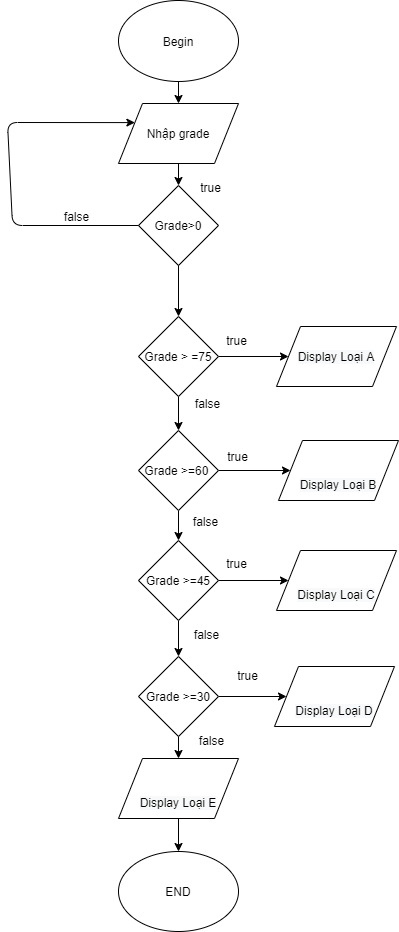
This is module1/B3_MoTaThuatToanBangPseudo_Code&Flow_Chart/Bai_tap/B5_baitoanphanloai.png from phatthanh113/A0720i1-DoThanhPhat, a draw.io export, as it was before one commit. Source tidied: cells renumbered, new cells last; positions are measured from the earlier drawing's top-left corner, leaving out a move shared by most shapes.
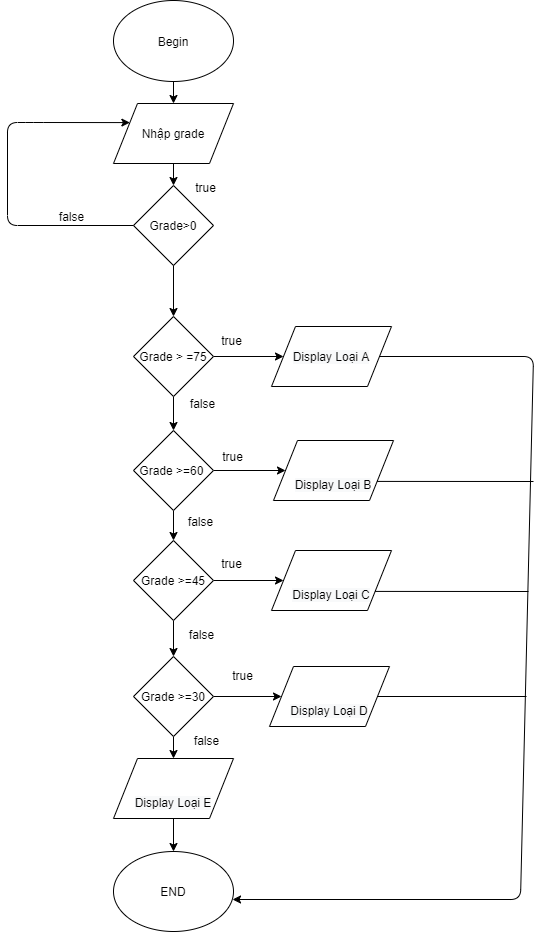
The same file after the commit.

Diff of the diagram source:
```diff
@@ -33,7 +33,8 @@
       <mxGeometry relative="1" as="geometry">
         <Array as="points">
           <mxPoint x="5" y="225" />
-          <mxPoint y="122" />
+          <mxPoint x="5" y="122" />
+          <mxPoint x="31" y="122" />
         </Array>
       </mxGeometry>
     </mxCell>
@@ -115,5 +116,28 @@
     <mxCell id="37" value="false" style="text;html=1;align=center;verticalAlign=middle;" parent="1" vertex="1">
       <mxGeometry x="186" y="731" width="35" height="18" as="geometry" />
     </mxCell>
+    <mxCell id="38" style="endArrow=classic;html=1;exitX=1;exitY=0.5;exitDx=0;exitDy=0;entryX=0.992;entryY=0.6;entryDx=0;entryDy=0;entryPerimeter=0;" parent="1" edge="1" source="29" target="35">
+      <mxGeometry relative="1" as="geometry">
+        <Array as="points">
+          <mxPoint x="531" y="356" />
+          <mxPoint x="518" y="899" />
+        </Array>
+      </mxGeometry>
+    </mxCell>
+    <mxCell id="39" style="endArrow=none;html=1;exitX=1;exitY=0.75;exitDx=0;exitDy=0;" parent="1" edge="1" source="30">
+      <mxGeometry relative="1" as="geometry">
+        <mxPoint x="531" y="481" as="targetPoint" />
+      </mxGeometry>
+    </mxCell>
+    <mxCell id="40" style="endArrow=none;html=1;exitX=1;exitY=0.75;exitDx=0;exitDy=0;" parent="1" edge="1" source="31">
+      <mxGeometry relative="1" as="geometry">
+        <mxPoint x="526" y="591" as="targetPoint" />
+      </mxGeometry>
+    </mxCell>
+    <mxCell id="41" style="endArrow=none;html=1;exitX=1;exitY=0.5;exitDx=0;exitDy=0;" parent="1" edge="1" source="32">
+      <mxGeometry relative="1" as="geometry">
+        <mxPoint x="524" y="696" as="targetPoint" />
+      </mxGeometry>
+    </mxCell>
   </root>
 </mxGraphModel>
```
